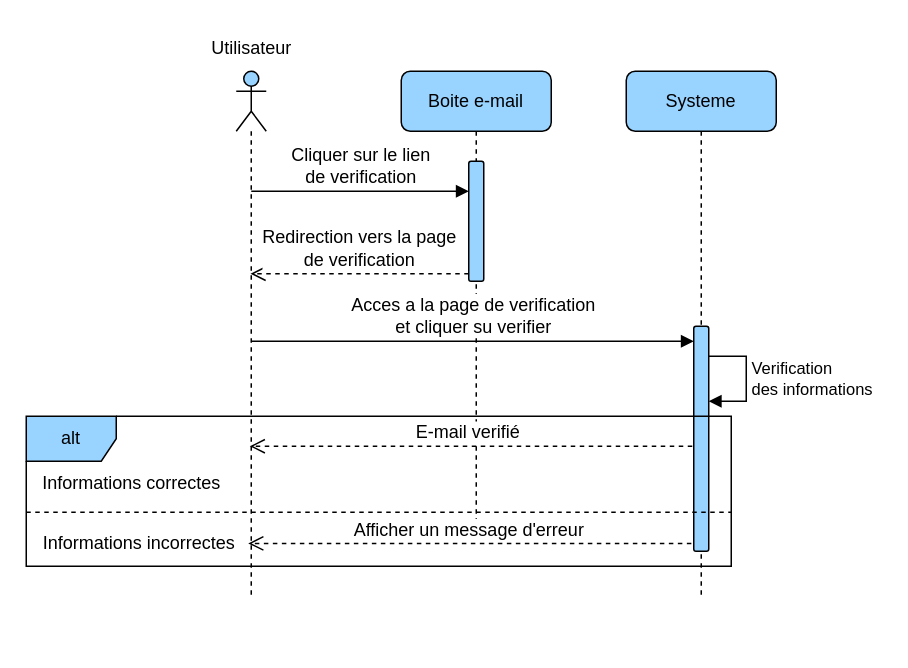
The draw.io diagram page "email-verification" (2 of 7) of diagrams/sequence.drawio in devlotfi/peage-pay, before the edit. Source tidied: cells renumbered, new cells numbered last; positions are measured from the earlier drawing's top-left corner, leaving out a move shared by most shapes. Both pictures are drawn from the tidied source at 150%, with x=0, y=0 at pixel (26, 26).
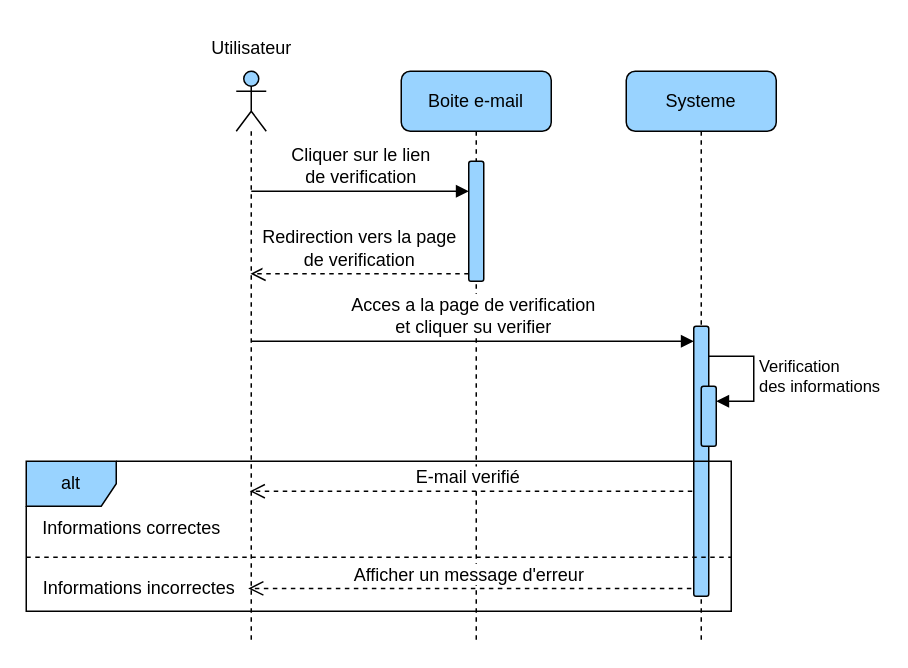
Above is the later version.

The edit, as a diff of the source:
```diff
@@
     <mxCell id="2" style="shape=umlLifeline;perimeter=lifelinePerimeter;whiteSpace=wrap;html=1;outlineConnect=0;portConstraint=eastwest;newEdgeStyle={&quot;curved&quot;:0,&quot;rounded&quot;:0};participant=umlActor;rounded=1;strokeColor=default;align=center;verticalAlign=middle;fontFamily=Helvetica;fontSize=12;fontColor=default;fontStyle=0;fillColor=#99D3FF;" parent="1" vertex="1">
-      <mxGeometry x="140" y="30" width="20" height="350" as="geometry" />
+      <mxGeometry x="140" y="30" width="20" height="380" as="geometry" />
     </mxCell>
     <mxCell id="3" value="Boite e-mail" style="shape=umlLifeline;perimeter=lifelinePerimeter;whiteSpace=wrap;html=1;newEdgeStyle={&quot;curved&quot;:0,&quot;rounded&quot;:0};rounded=1;strokeColor=default;align=center;verticalAlign=middle;fontFamily=Helvetica;fontSize=12;fontColor=default;fontStyle=0;fillColor=#99D3FF;" parent="1" vertex="1">
-      <mxGeometry x="250" y="30" width="100" height="310" as="geometry" />
+      <mxGeometry x="250" y="30" width="100" height="380" as="geometry" />
     </mxCell>
@@
     <mxCell id="5" value="Systeme" style="shape=umlLifeline;perimeter=lifelinePerimeter;whiteSpace=wrap;html=1;newEdgeStyle={&quot;curved&quot;:0,&quot;rounded&quot;:0};rounded=1;strokeColor=default;align=center;verticalAlign=middle;fontFamily=Helvetica;fontSize=12;fontColor=default;fontStyle=0;fillColor=#99D3FF;" parent="1" vertex="1">
-      <mxGeometry x="400" y="30" width="100" height="350" as="geometry" />
+      <mxGeometry x="400" y="30" width="100" height="380" as="geometry" />
     </mxCell>
     <mxCell id="6" style="html=1;points=[[0,0,0,0,5],[0,1,0,0,-5],[1,0,0,0,5],[1,1,0,0,-5]];perimeter=orthogonalPerimeter;outlineConnect=0;targetShapes=umlLifeline;portConstraint=eastwest;newEdgeStyle={&quot;curved&quot;:0,&quot;rounded&quot;:0};rounded=1;strokeColor=default;align=center;verticalAlign=middle;fontFamily=Helvetica;fontSize=12;fontColor=default;fontStyle=0;fillColor=#99D3FF;" parent="5" vertex="1">
-      <mxGeometry x="45" y="170" width="10" height="150" as="geometry" />
+      <mxGeometry x="45" y="170" width="10" height="180" as="geometry" />
     </mxCell>
+    <mxCell id="18" style="html=1;points=[[0,0,0,0,5],[0,1,0,0,-5],[1,0,0,0,5],[1,1,0,0,-5]];perimeter=orthogonalPerimeter;outlineConnect=0;targetShapes=umlLifeline;portConstraint=eastwest;newEdgeStyle={&quot;curved&quot;:0,&quot;rounded&quot;:0};rounded=1;strokeColor=default;align=center;verticalAlign=middle;fontFamily=Helvetica;fontSize=12;fontColor=default;fontStyle=0;fillColor=#99D3FF;" parent="5" vertex="1">
+      <mxGeometry x="50" y="210" width="10" height="40" as="geometry" />
+    </mxCell>
-    <mxCell id="7" value="Verification&lt;div&gt;des informations&lt;/div&gt;" style="html=1;align=left;spacingLeft=2;endArrow=block;rounded=0;edgeStyle=orthogonalEdgeStyle;curved=0;rounded=0;" parent="5" edge="1" source="6" target="6">
+    <mxCell id="7" value="&lt;span style=&quot;font-size: 11px;&quot;&gt;Verification&lt;/span&gt;&lt;div style=&quot;font-size: 11px;&quot;&gt;des informations&lt;/div&gt;" style="html=1;align=left;spacingLeft=2;endArrow=block;rounded=0;edgeStyle=orthogonalEdgeStyle;curved=0;rounded=0;fontFamily=Helvetica;fontSize=12;fontColor=default;fontStyle=0;" parent="5" edge="1" target="18">
       <mxGeometry relative="1" as="geometry">
+        <mxPoint x="55" y="190" as="sourcePoint" />
         <Array as="points">
-          <mxPoint x="80" y="190" />
-          <mxPoint x="80" y="220" />
+          <mxPoint x="85" y="220" />
         </Array>
       </mxGeometry>
     </mxCell>
@@
     <mxCell id="11" value="E-mail verifié&amp;nbsp;" style="html=1;verticalAlign=bottom;endArrow=open;dashed=1;endSize=8;curved=0;rounded=0;fontFamily=Helvetica;fontSize=12;fontColor=default;fontStyle=0;" parent="1" edge="1">
       <mxGeometry relative="1" as="geometry">
-        <mxPoint x="444" y="280" as="sourcePoint" />
-        <mxPoint x="149" y="280" as="targetPoint" />
+        <mxPoint x="444" y="310" as="sourcePoint" />
+        <mxPoint x="149" y="310" as="targetPoint" />
       </mxGeometry>
     </mxCell>
     <mxCell id="12" value="alt" style="shape=umlFrame;whiteSpace=wrap;html=1;rounded=1;strokeColor=default;align=center;verticalAlign=middle;fontFamily=Helvetica;fontSize=12;fontColor=default;fontStyle=0;fillColor=#99D3FF;" parent="1" vertex="1">
-      <mxGeometry y="260" width="470" height="100" as="geometry" />
+      <mxGeometry y="290" width="470" height="100" as="geometry" />
     </mxCell>
     <mxCell id="13" value="Informations correctes" style="text;html=1;align=center;verticalAlign=middle;strokeColor=none;fillColor=none;fontFamily=Helvetica;fontSize=12;fontColor=default;fontStyle=0;" parent="1" vertex="1">
-      <mxGeometry y="290" width="140" height="30" as="geometry" />
+      <mxGeometry y="320" width="140" height="30" as="geometry" />
     </mxCell>
     <mxCell id="14" style="line;strokeWidth=1;fillColor=none;align=left;verticalAlign=middle;spacingTop=-1;spacingLeft=3;spacingRight=3;labelPosition=right;strokeColor=inherit;rounded=1;fontFamily=Helvetica;fontSize=12;fontColor=default;fontStyle=0;dashed=1;" parent="1" vertex="1">
-      <mxGeometry y="320" width="470" height="8" as="geometry" />
+      <mxGeometry y="350" width="470" height="8" as="geometry" />
     </mxCell>
     <mxCell id="15" value="Informations incorrectes" style="text;html=1;align=center;verticalAlign=middle;strokeColor=none;fillColor=none;fontFamily=Helvetica;fontSize=12;fontColor=default;fontStyle=0;" parent="1" vertex="1">
-      <mxGeometry y="330" width="150" height="30" as="geometry" />
+      <mxGeometry y="360" width="150" height="30" as="geometry" />
     </mxCell>
     <mxCell id="16" value="Afficher un message d'erreur" style="html=1;verticalAlign=bottom;endArrow=open;dashed=1;endSize=8;curved=0;rounded=0;fontFamily=Helvetica;fontSize=12;fontColor=default;fontStyle=0;entryX=0.997;entryY=0.368;entryDx=0;entryDy=0;entryPerimeter=0;" parent="1" edge="1">
       <mxGeometry relative="1" as="geometry">
-        <mxPoint x="443.4" y="344.8" as="sourcePoint" />
-        <mxPoint x="148" y="344.8" as="targetPoint" />
+        <mxPoint x="443.4" y="374.8" as="sourcePoint" />
+        <mxPoint x="148" y="374.8" as="targetPoint" />
       </mxGeometry>
     </mxCell>
```
